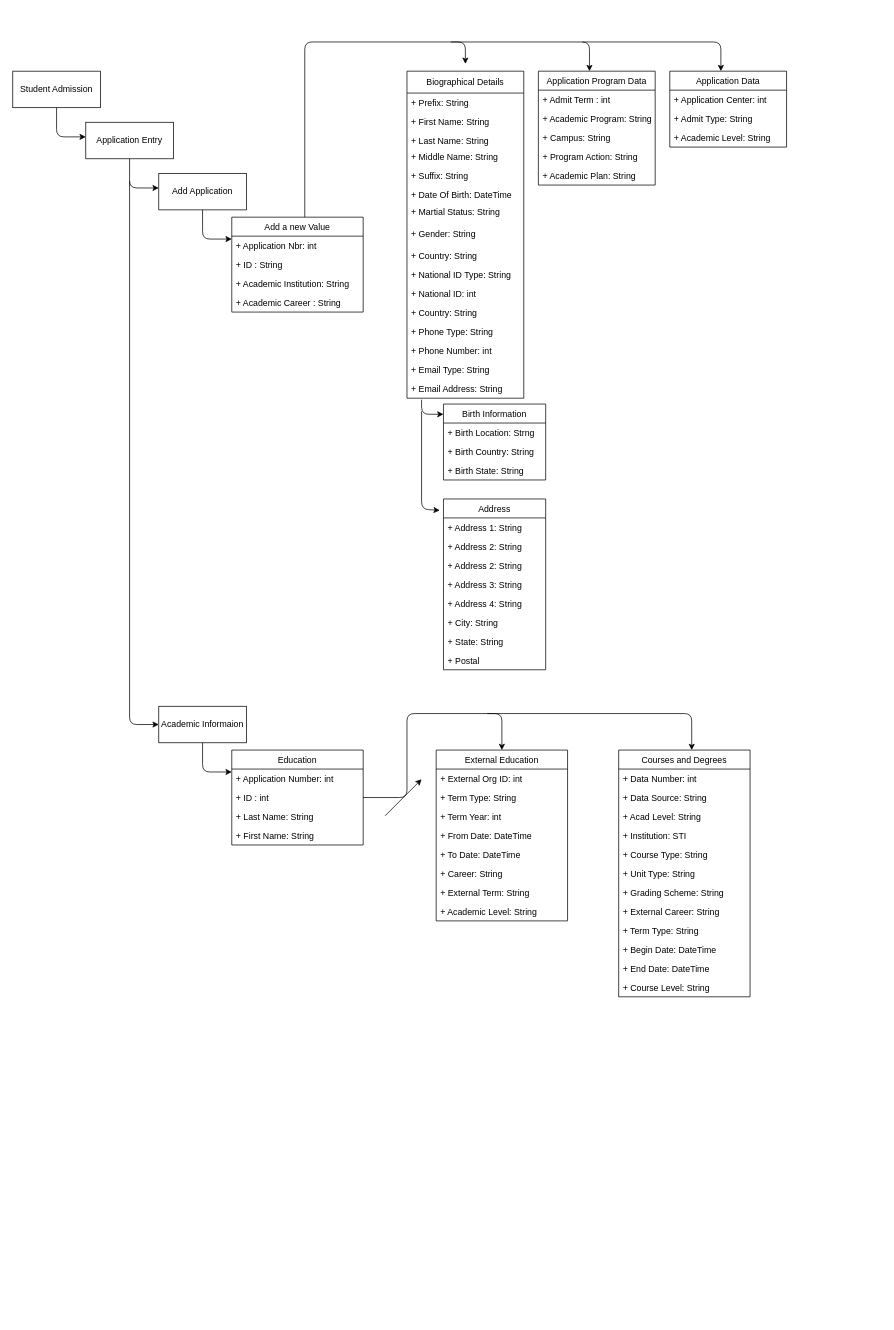
This is Untitled Diagram.drawio from masterdeans/danidean, a draw.io file, before an edit. Source tidied: cells renumbered, new cells numbered last; positions are measured from the earlier drawing's top-left corner, leaving out a move shared by most shapes. Both pictures are drawn from the tidied source at 73%, with x=0, y=0 at pixel (12, 42).
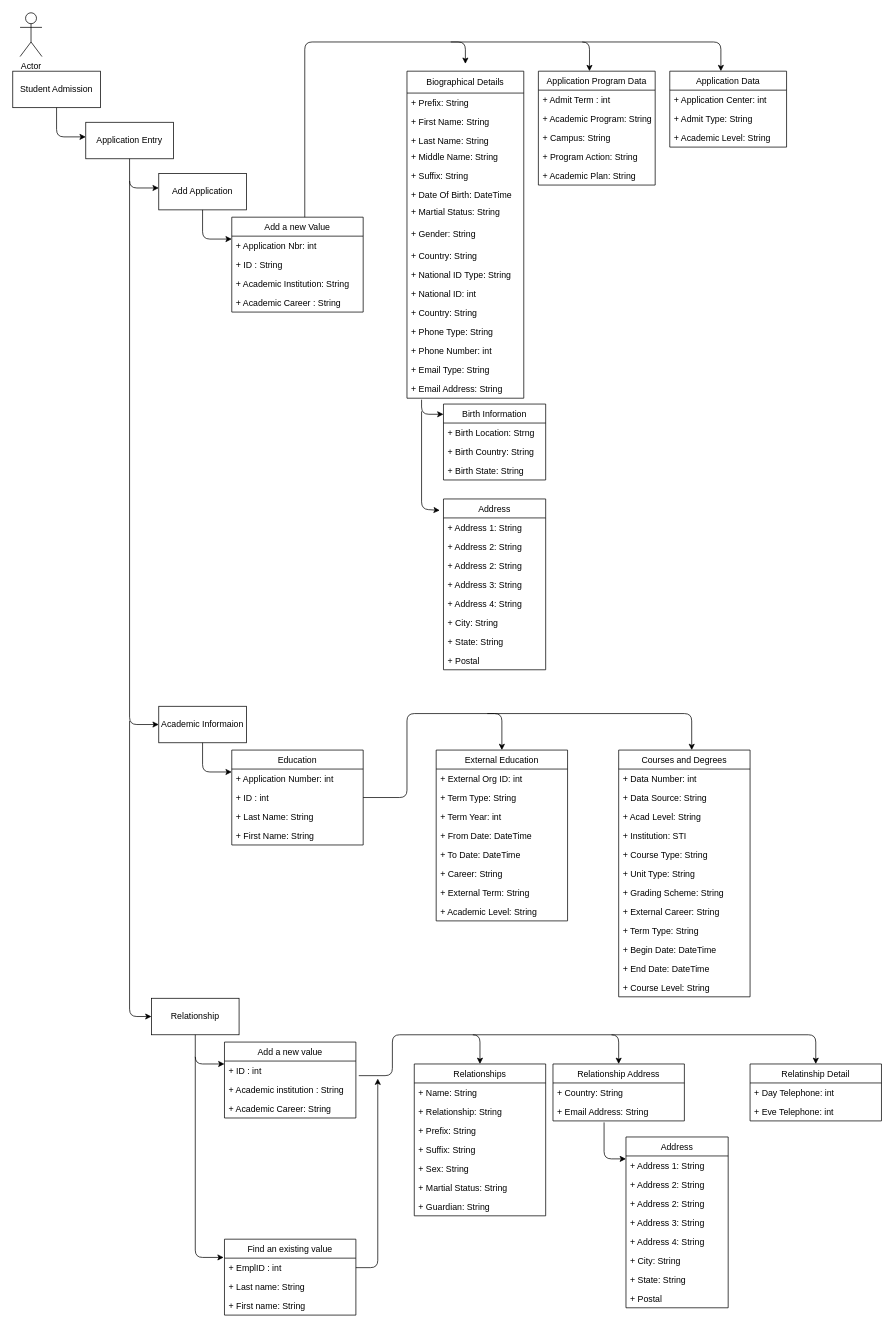
The same diagram, later.

Unchanged cells that the change refers to:
```xml
<mxCell id="45" value="Address" style="swimlane;fontStyle=0;horizontal=1;startSize=26;fillColor=none;" parent="1" vertex="1">
  <mxGeometry x="590" y="626" width="140" height="234" as="geometry" />
</mxCell>
<mxCell id="63" value="+ ID : int" style="text;strokeColor=none;fillColor=none;align=left;verticalAlign=top;spacingLeft=4;spacingRight=4;overflow=hidden;points=[[0,0.5],[1,0.5]];portConstraint=eastwest;" parent="61" vertex="1">
  <mxGeometry y="52" width="180" height="26" as="geometry" />
</mxCell>
<mxCell id="67" value="External Education" style="swimlane;fontStyle=0;horizontal=1;startSize=26;fillColor=none;" parent="1" vertex="1">
  <mxGeometry x="580" y="970" width="180" height="234" as="geometry" />
</mxCell>
<mxCell id="78" value="Courses and Degrees" style="swimlane;fontStyle=0;horizontal=1;startSize=26;fillColor=none;" parent="1" vertex="1">
  <mxGeometry x="830" y="970" width="180" height="338" as="geometry" />
</mxCell>
```

Diff of the diagram source:
```diff
@@
+    <mxCell id="29" style="endArrow=classic;html=1;" parent="1" edge="1">
+      <mxGeometry relative="1" as="geometry">
+        <mxPoint x="400" y="240" as="sourcePoint" />
+        <mxPoint x="620" y="30" as="targetPoint" />
+        <Array as="points">
+          <mxPoint x="400" />
+          <mxPoint x="620" />
+        </Array>
+      </mxGeometry>
+    </mxCell>
+    <mxCell id="30" style="endArrow=classic;html=1;" parent="1" edge="1">
+      <mxGeometry relative="1" as="geometry">
+        <mxPoint x="600" as="sourcePoint" />
+        <mxPoint x="790" y="40" as="targetPoint" />
+        <Array as="points">
+          <mxPoint x="790" />
+        </Array>
+      </mxGeometry>
+    </mxCell>
+    <mxCell id="37" style="endArrow=classic;html=1;" parent="1" edge="1">
+      <mxGeometry relative="1" as="geometry">
+        <mxPoint x="780" as="sourcePoint" />
+        <mxPoint x="970" y="40" as="targetPoint" />
+        <Array as="points">
+          <mxPoint x="970" />
+        </Array>
+      </mxGeometry>
+    </mxCell>
+    <mxCell id="38" style="endArrow=classic;html=1;" parent="1" edge="1">
+      <mxGeometry relative="1" as="geometry">
+        <mxPoint x="560" y="490" as="sourcePoint" />
+        <mxPoint x="590" y="510" as="targetPoint" />
+        <Array as="points">
+          <mxPoint x="560" y="510" />
+        </Array>
+      </mxGeometry>
+    </mxCell>
+    <mxCell id="39" value="+ Gender: String" style="text;strokeColor=none;fillColor=none;align=left;verticalAlign=top;spacingLeft=4;spacingRight=4;overflow=hidden;" parent="1" vertex="1">
+      <mxGeometry x="540" y="250" width="160" height="26" as="geometry" />
+    </mxCell>
+    <mxCell id="40" style="endArrow=classic;html=1;entryX=-0.036;entryY=0.067;entryDx=0;entryDy=0;entryPerimeter=0;" parent="1" edge="1" target="45">
+      <mxGeometry relative="1" as="geometry">
+        <mxPoint x="560" y="506" as="sourcePoint" />
+        <Array as="points">
+          <mxPoint x="560" y="640" />
+        </Array>
+      </mxGeometry>
+    </mxCell>
+    <mxCell id="58" style="endArrow=classic;html=1;entryX=0;entryY=0.5;entryDx=0;entryDy=0;" parent="1" edge="1" target="59">
+      <mxGeometry relative="1" as="geometry">
+        <mxPoint x="160" y="190" as="sourcePoint" />
+        <Array as="points">
+          <mxPoint x="160" y="935" />
+        </Array>
+      </mxGeometry>
+    </mxCell>
+    <mxCell id="59" value="Academic Informaion" style="rounded=0;whiteSpace=wrap;html=1;" parent="1" vertex="1">
+      <mxGeometry x="200" y="910" width="120" height="50" as="geometry" />
+    </mxCell>
+    <mxCell id="60" style="endArrow=classic;html=1;exitX=0.5;exitY=1;exitDx=0;exitDy=0;" parent="1" edge="1">
+      <mxGeometry relative="1" as="geometry">
+        <mxPoint x="260" y="960" as="sourcePoint" />
+        <mxPoint x="300" y="1000" as="targetPoint" />
+        <Array as="points">
+          <mxPoint x="260" y="1000" />
+        </Array>
+      </mxGeometry>
+    </mxCell>
+    <mxCell id="66" style="endArrow=classic;html=1;exitX=1;exitY=0.5;exitDx=0;exitDy=0;entryX=0.5;entryY=0;entryDx=0;entryDy=0;" parent="1" edge="1" source="63" target="67">
+      <mxGeometry relative="1" as="geometry">
+        <Array as="points">
+          <mxPoint x="540" y="1035" />
+          <mxPoint x="540" y="920" />
+          <mxPoint x="670" y="920" />
+        </Array>
+      </mxGeometry>
+    </mxCell>
+    <mxCell id="77" style="endArrow=classic;html=1;entryX=0.556;entryY=0;entryDx=0;entryDy=0;entryPerimeter=0;" parent="1" edge="1" target="78">
+      <mxGeometry relative="1" as="geometry">
+        <mxPoint x="650" y="920" as="sourcePoint" />
+        <Array as="points">
+          <mxPoint x="930" y="920" />
+        </Array>
+      </mxGeometry>
+    </mxCell>
+    <mxCell id="91" value="Relationship" style="rounded=0;whiteSpace=wrap;html=1;" parent="1" vertex="1">
+      <mxGeometry x="190" y="1310" width="120" height="50" as="geometry" />
+    </mxCell>
+    <mxCell id="92" style="endArrow=classic;html=1;exitX=0.5;exitY=1;exitDx=0;exitDy=0;" parent="1" edge="1">
+      <mxGeometry relative="1" as="geometry">
+        <mxPoint x="250" y="1360" as="sourcePoint" />
+        <mxPoint x="290" y="1400" as="targetPoint" />
+        <Array as="points">
+          <mxPoint x="250" y="1400" />
+        </Array>
+      </mxGeometry>
+    </mxCell>
+    <mxCell id="93" style="endArrow=classic;html=1;entryX=0;entryY=0.5;entryDx=0;entryDy=0;" parent="1" edge="1" target="91">
+      <mxGeometry relative="1" as="geometry">
+        <mxPoint x="160" y="930" as="sourcePoint" />
+        <Array as="points">
+          <mxPoint x="160" y="1335" />
+        </Array>
+      </mxGeometry>
+    </mxCell>
+    <mxCell id="94" style="endArrow=classic;html=1;exitX=1.022;exitY=0.769;exitDx=0;exitDy=0;exitPerimeter=0;entryX=0.5;entryY=0;entryDx=0;entryDy=0;" parent="1" edge="1" source="101" target="104">
+      <mxGeometry relative="1" as="geometry">
+        <Array as="points">
+          <mxPoint x="520" y="1416" />
+          <mxPoint x="520" y="1360" />
+          <mxPoint x="640" y="1360" />
+        </Array>
+      </mxGeometry>
+    </mxCell>
+    <mxCell id="95" style="endArrow=classic;html=1;entryX=0.5;entryY=0;entryDx=0;entryDy=0;" parent="1" edge="1" target="112">
+      <mxGeometry relative="1" as="geometry">
+        <mxPoint x="630" y="1360" as="sourcePoint" />
+        <Array as="points">
+          <mxPoint x="830" y="1360" />
+        </Array>
+      </mxGeometry>
+    </mxCell>
+    <mxCell id="96" style="endArrow=classic;html=1;entryX=0;entryY=0.154;entryDx=0;entryDy=0;entryPerimeter=0;" parent="1" edge="1" target="116">
+      <mxGeometry relative="1" as="geometry">
+        <mxPoint x="810" y="1480" as="sourcePoint" />
+        <Array as="points">
+          <mxPoint x="810" y="1530" />
+        </Array>
+      </mxGeometry>
+    </mxCell>
+    <mxCell id="97" style="endArrow=classic;html=1;entryX=0.5;entryY=0;entryDx=0;entryDy=0;" parent="1" edge="1" target="124">
+      <mxGeometry relative="1" as="geometry">
+        <mxPoint x="820" y="1360" as="sourcePoint" />
+        <Array as="points">
+          <mxPoint x="1100" y="1360" />
+        </Array>
+      </mxGeometry>
+    </mxCell>
+    <mxCell id="98" style="endArrow=classic;html=1;entryX=-0.006;entryY=-0.038;entryDx=0;entryDy=0;entryPerimeter=0;" parent="1" edge="1" target="128">
+      <mxGeometry relative="1" as="geometry">
+        <mxPoint x="250" y="1390" as="sourcePoint" />
+        <Array as="points">
+          <mxPoint x="250" y="1665" />
+        </Array>
+      </mxGeometry>
+    </mxCell>
+    <mxCell id="99" style="endArrow=classic;html=1;exitX=1;exitY=0.5;exitDx=0;exitDy=0;" parent="1" edge="1" source="128">
+      <mxGeometry relative="1" as="geometry">
+        <mxPoint x="500" y="1420" as="targetPoint" />
+        <Array as="points">
+          <mxPoint x="500" y="1679" />
+        </Array>
+      </mxGeometry>
+    </mxCell>
@@
-    <mxCell id="29" style="endArrow=classic;html=1;" parent="1" edge="1">
-      <mxGeometry relative="1" as="geometry">
-        <mxPoint x="400" y="240" as="sourcePoint" />
-        <mxPoint x="620" y="30" as="targetPoint" />
-        <Array as="points">
-          <mxPoint x="400" />
-          <mxPoint x="620" />
-        </Array>
-      </mxGeometry>
-    </mxCell>
-    <mxCell id="30" style="endArrow=classic;html=1;" parent="1" edge="1">
-      <mxGeometry relative="1" as="geometry">
-        <mxPoint x="600" as="sourcePoint" />
-        <mxPoint x="790" y="40" as="targetPoint" />
-        <Array as="points">
-          <mxPoint x="790" />
-        </Array>
-      </mxGeometry>
-    </mxCell>
@@
-    <mxCell id="37" style="endArrow=classic;html=1;" parent="1" edge="1">
-      <mxGeometry relative="1" as="geometry">
-        <mxPoint x="780" as="sourcePoint" />
-        <mxPoint x="970" y="40" as="targetPoint" />
-        <Array as="points">
-          <mxPoint x="970" />
-        </Array>
-      </mxGeometry>
-    </mxCell>
-    <mxCell id="38" style="endArrow=classic;html=1;" parent="1" edge="1">
-      <mxGeometry relative="1" as="geometry">
-        <mxPoint x="560" y="490" as="sourcePoint" />
-        <mxPoint x="590" y="510" as="targetPoint" />
-        <Array as="points">
-          <mxPoint x="560" y="510" />
-        </Array>
-      </mxGeometry>
-    </mxCell>
-    <mxCell id="39" value="+ Gender: String" style="text;strokeColor=none;fillColor=none;align=left;verticalAlign=top;spacingLeft=4;spacingRight=4;overflow=hidden;" parent="1" vertex="1">
-      <mxGeometry x="540" y="250" width="160" height="26" as="geometry" />
-    </mxCell>
-    <mxCell id="40" style="endArrow=classic;html=1;entryX=-0.036;entryY=0.067;entryDx=0;entryDy=0;entryPerimeter=0;" parent="1" edge="1" target="45">
-      <mxGeometry relative="1" as="geometry">
-        <mxPoint x="560" y="506" as="sourcePoint" />
-        <Array as="points">
-          <mxPoint x="560" y="640" />
-        </Array>
-      </mxGeometry>
-    </mxCell>
@@
-    <mxCell id="58" style="endArrow=classic;html=1;entryX=0;entryY=0.5;entryDx=0;entryDy=0;" parent="1" edge="1" target="59">
-      <mxGeometry relative="1" as="geometry">
-        <mxPoint x="160" y="190" as="sourcePoint" />
-        <Array as="points">
-          <mxPoint x="160" y="935" />
-        </Array>
-      </mxGeometry>
-    </mxCell>
-    <mxCell id="59" value="Academic Informaion" style="rounded=0;whiteSpace=wrap;html=1;" parent="1" vertex="1">
-      <mxGeometry x="200" y="910" width="120" height="50" as="geometry" />
-    </mxCell>
-    <mxCell id="60" style="endArrow=classic;html=1;exitX=0.5;exitY=1;exitDx=0;exitDy=0;" parent="1" edge="1">
-      <mxGeometry relative="1" as="geometry">
-        <mxPoint x="260" y="960" as="sourcePoint" />
-        <mxPoint x="300" y="1000" as="targetPoint" />
-        <Array as="points">
-          <mxPoint x="260" y="1000" />
-        </Array>
-      </mxGeometry>
-    </mxCell>
@@
-    <mxCell id="66" style="endArrow=classic;html=1;exitX=1;exitY=0.5;exitDx=0;exitDy=0;entryX=0.5;entryY=0;entryDx=0;entryDy=0;" parent="1" edge="1" source="63" target="67">
-      <mxGeometry relative="1" as="geometry">
-        <Array as="points">
-          <mxPoint x="540" y="1035" />
-          <mxPoint x="540" y="920" />
-          <mxPoint x="670" y="920" />
-        </Array>
-      </mxGeometry>
-    </mxCell>
@@
-    <mxCell id="76" style="endArrow=classic;html=1;" parent="1" edge="1">
-      <mxGeometry relative="1" as="geometry">
-        <mxPoint x="510" y="1060" as="sourcePoint" />
-        <mxPoint x="560" y="1010" as="targetPoint" />
-      </mxGeometry>
-    </mxCell>
-    <mxCell id="77" style="endArrow=classic;html=1;entryX=0.556;entryY=0;entryDx=0;entryDy=0;entryPerimeter=0;" parent="1" edge="1" target="78">
-      <mxGeometry relative="1" as="geometry">
-        <mxPoint x="650" y="920" as="sourcePoint" />
-        <Array as="points">
-          <mxPoint x="930" y="920" />
-        </Array>
-      </mxGeometry>
-    </mxCell>
@@
+    <mxCell id="100" value="Add a new value" style="swimlane;fontStyle=0;horizontal=1;startSize=26;fillColor=none;" parent="1" vertex="1">
+      <mxGeometry x="290" y="1370" width="180" height="104" as="geometry" />
+    </mxCell>
+    <mxCell id="101" value="+ ID : int" style="text;strokeColor=none;fillColor=none;align=left;verticalAlign=top;spacingLeft=4;spacingRight=4;overflow=hidden;points=[[0,0.5],[1,0.5]];portConstraint=eastwest;" parent="100" vertex="1">
+      <mxGeometry y="26" width="180" height="26" as="geometry" />
+    </mxCell>
+    <mxCell id="102" value="+ Academic institution : String" style="text;strokeColor=none;fillColor=none;align=left;verticalAlign=top;spacingLeft=4;spacingRight=4;overflow=hidden;" parent="100" vertex="1">
+      <mxGeometry y="52" width="180" height="26" as="geometry" />
+    </mxCell>
+    <mxCell id="103" value="+ Academic Career: String" style="text;strokeColor=none;fillColor=none;align=left;verticalAlign=top;spacingLeft=4;spacingRight=4;overflow=hidden;" parent="100" vertex="1">
+      <mxGeometry y="78" width="180" height="26" as="geometry" />
+    </mxCell>
+    <mxCell id="104" value="Relationships" style="swimlane;fontStyle=0;horizontal=1;startSize=26;fillColor=none;" parent="1" vertex="1">
+      <mxGeometry x="550" y="1400" width="180" height="208" as="geometry" />
+    </mxCell>
+    <mxCell id="105" value="+ Name: String" style="text;strokeColor=none;fillColor=none;align=left;verticalAlign=top;spacingLeft=4;spacingRight=4;overflow=hidden;" parent="104" vertex="1">
+      <mxGeometry y="26" width="180" height="26" as="geometry" />
+    </mxCell>
+    <mxCell id="106" value="+ Relationship: String" style="text;strokeColor=none;fillColor=none;align=left;verticalAlign=top;spacingLeft=4;spacingRight=4;overflow=hidden;" parent="104" vertex="1">
+      <mxGeometry y="52" width="180" height="26" as="geometry" />
+    </mxCell>
+    <mxCell id="107" value="+ Prefix: String" style="text;strokeColor=none;fillColor=none;align=left;verticalAlign=top;spacingLeft=4;spacingRight=4;overflow=hidden;" parent="104" vertex="1">
+      <mxGeometry y="78" width="180" height="26" as="geometry" />
+    </mxCell>
+    <mxCell id="108" value="+ Suffix: String" style="text;strokeColor=none;fillColor=none;align=left;verticalAlign=top;spacingLeft=4;spacingRight=4;overflow=hidden;" parent="104" vertex="1">
+      <mxGeometry y="104" width="180" height="26" as="geometry" />
+    </mxCell>
+    <mxCell id="109" value="+ Sex: String" style="text;strokeColor=none;fillColor=none;align=left;verticalAlign=top;spacingLeft=4;spacingRight=4;overflow=hidden;" parent="104" vertex="1">
+      <mxGeometry y="130" width="180" height="26" as="geometry" />
+    </mxCell>
+    <mxCell id="110" value="+ Martial Status: String" style="text;strokeColor=none;fillColor=none;align=left;verticalAlign=top;spacingLeft=4;spacingRight=4;overflow=hidden;" parent="104" vertex="1">
+      <mxGeometry y="156" width="180" height="26" as="geometry" />
+    </mxCell>
+    <mxCell id="111" value="+ Guardian: String" style="text;strokeColor=none;fillColor=none;align=left;verticalAlign=top;spacingLeft=4;spacingRight=4;overflow=hidden;" parent="104" vertex="1">
+      <mxGeometry y="182" width="180" height="26" as="geometry" />
+    </mxCell>
+    <mxCell id="112" value="Relationship Address" style="swimlane;fontStyle=0;horizontal=1;startSize=26;fillColor=none;" parent="1" vertex="1">
+      <mxGeometry x="740" y="1400" width="180" height="78" as="geometry" />
+    </mxCell>
+    <mxCell id="113" value="+ Country: String" style="text;strokeColor=none;fillColor=none;align=left;verticalAlign=top;spacingLeft=4;spacingRight=4;overflow=hidden;" parent="112" vertex="1">
+      <mxGeometry y="26" width="180" height="26" as="geometry" />
+    </mxCell>
+    <mxCell id="114" value="+ Email Address: String" style="text;strokeColor=none;fillColor=none;align=left;verticalAlign=top;spacingLeft=4;spacingRight=4;overflow=hidden;" parent="112" vertex="1">
+      <mxGeometry y="52" width="180" height="26" as="geometry" />
+    </mxCell>
+    <mxCell id="115" value="Address" style="swimlane;fontStyle=0;horizontal=1;startSize=26;fillColor=none;" parent="1" vertex="1">
+      <mxGeometry x="840" y="1500" width="140" height="234" as="geometry" />
+    </mxCell>
+    <mxCell id="116" value="+ Address 1: String" style="text;strokeColor=none;fillColor=none;align=left;verticalAlign=top;spacingLeft=4;spacingRight=4;overflow=hidden;points=[[0,0.5],[1,0.5]];portConstraint=eastwest;" parent="115" vertex="1">
+      <mxGeometry y="26" width="140" height="26" as="geometry" />
+    </mxCell>
+    <mxCell id="117" value="+ Address 2: String" style="text;strokeColor=none;fillColor=none;align=left;verticalAlign=top;spacingLeft=4;spacingRight=4;overflow=hidden;" parent="115" vertex="1">
+      <mxGeometry y="52" width="140" height="26" as="geometry" />
+    </mxCell>
+    <mxCell id="118" value="+ Address 2: String" style="text;strokeColor=none;fillColor=none;align=left;verticalAlign=top;spacingLeft=4;spacingRight=4;overflow=hidden;" parent="115" vertex="1">
+      <mxGeometry y="78" width="140" height="26" as="geometry" />
+    </mxCell>
+    <mxCell id="119" value="+ Address 3: String" style="text;strokeColor=none;fillColor=none;align=left;verticalAlign=top;spacingLeft=4;spacingRight=4;overflow=hidden;" parent="115" vertex="1">
+      <mxGeometry y="104" width="140" height="26" as="geometry" />
+    </mxCell>
+    <mxCell id="120" value="+ Address 4: String" style="text;strokeColor=none;fillColor=none;align=left;verticalAlign=top;spacingLeft=4;spacingRight=4;overflow=hidden;" parent="115" vertex="1">
+      <mxGeometry y="130" width="140" height="26" as="geometry" />
+    </mxCell>
+    <mxCell id="121" value="+ City: String" style="text;strokeColor=none;fillColor=none;align=left;verticalAlign=top;spacingLeft=4;spacingRight=4;overflow=hidden;" parent="115" vertex="1">
+      <mxGeometry y="156" width="140" height="26" as="geometry" />
+    </mxCell>
+    <mxCell id="122" value="+ State: String" style="text;strokeColor=none;fillColor=none;align=left;verticalAlign=top;spacingLeft=4;spacingRight=4;overflow=hidden;" parent="115" vertex="1">
+      <mxGeometry y="182" width="140" height="26" as="geometry" />
+    </mxCell>
+    <mxCell id="123" value="+ Postal" style="text;strokeColor=none;fillColor=none;align=left;verticalAlign=top;spacingLeft=4;spacingRight=4;overflow=hidden;" parent="115" vertex="1">
+      <mxGeometry y="208" width="140" height="26" as="geometry" />
+    </mxCell>
+    <mxCell id="124" value="Relatinship Detail" style="swimlane;fontStyle=0;horizontal=1;startSize=26;fillColor=none;" parent="1" vertex="1">
+      <mxGeometry x="1010" y="1400" width="180" height="78" as="geometry" />
+    </mxCell>
+    <mxCell id="125" value="+ Day Telephone: int" style="text;strokeColor=none;fillColor=none;align=left;verticalAlign=top;spacingLeft=4;spacingRight=4;overflow=hidden;" parent="124" vertex="1">
+      <mxGeometry y="26" width="180" height="26" as="geometry" />
+    </mxCell>
+    <mxCell id="126" value="+ Eve Telephone: int" style="text;strokeColor=none;fillColor=none;align=left;verticalAlign=top;spacingLeft=4;spacingRight=4;overflow=hidden;" parent="124" vertex="1">
+      <mxGeometry y="52" width="180" height="26" as="geometry" />
+    </mxCell>
+    <mxCell id="127" value="Find an existing value" style="swimlane;fontStyle=0;horizontal=1;startSize=26;fillColor=none;" parent="1" vertex="1">
+      <mxGeometry x="290" y="1640" width="180" height="104" as="geometry" />
+    </mxCell>
+    <mxCell id="128" value="+ EmplID : int" style="text;strokeColor=none;fillColor=none;align=left;verticalAlign=top;spacingLeft=4;spacingRight=4;overflow=hidden;points=[[0,0.5],[1,0.5]];portConstraint=eastwest;" parent="127" vertex="1">
+      <mxGeometry y="26" width="180" height="26" as="geometry" />
+    </mxCell>
+    <mxCell id="129" value="+ Last name: String" style="text;strokeColor=none;fillColor=none;align=left;verticalAlign=top;spacingLeft=4;spacingRight=4;overflow=hidden;" parent="127" vertex="1">
+      <mxGeometry y="52" width="180" height="26" as="geometry" />
+    </mxCell>
+    <mxCell id="130" value="+ First name: String" style="text;strokeColor=none;fillColor=none;align=left;verticalAlign=top;spacingLeft=4;spacingRight=4;overflow=hidden;" parent="127" vertex="1">
+      <mxGeometry y="78" width="180" height="26" as="geometry" />
+    </mxCell>
+    <mxCell id="131" value="Actor" style="shape=umlActor;verticalLabelPosition=bottom;verticalAlign=top;html=1;" parent="1" vertex="1">
+      <mxGeometry x="10" y="-40" width="30" height="60" as="geometry" />
+    </mxCell>
```
